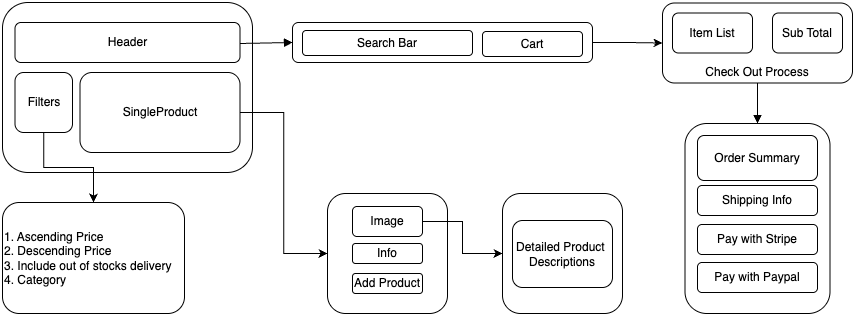
Helly2010/Cloud-Computing-Project keeps this draw.io diagram as documentation/final_report/diagrams/componant diagram.drawio.png. Above is the earlier version. Source tidied: cells renumbered, new cells last; positions are measured from the earlier drawing's top-left corner, leaving out a move shared by most shapes. The source it was exported from:
```xml
<mxGraphModel>
  <root>
    <mxCell id="0" />
    <mxCell id="1" parent="0" />
    <mxCell id="2" style="rounded=1;whiteSpace=wrap;html=1;strokeWidth=1;" parent="1" vertex="1">
      <mxGeometry width="250" height="170" as="geometry" />
    </mxCell>
    <mxCell id="3" value="Header" style="rounded=1;whiteSpace=wrap;html=1;" parent="1" vertex="1">
      <mxGeometry x="12.5" y="20" width="225" height="40" as="geometry" />
    </mxCell>
    <mxCell id="4" style="edgeStyle=orthogonalEdgeStyle;rounded=0;jettySize=auto;html=1;exitX=0.5;exitY=1;exitDx=0;exitDy=0;entryX=0.5;entryY=0;entryDx=0;entryDy=0;" parent="1" edge="1" source="5" target="12">
      <mxGeometry relative="1" as="geometry" />
    </mxCell>
    <mxCell id="5" value="Filters" style="rounded=1;whiteSpace=wrap;html=1;" parent="1" vertex="1">
      <mxGeometry x="12.5" y="70" width="57.5" height="60" as="geometry" />
    </mxCell>
    <mxCell id="6" style="edgeStyle=orthogonalEdgeStyle;rounded=0;jettySize=auto;html=1;exitX=1;exitY=0.5;exitDx=0;exitDy=0;entryX=0;entryY=0.5;entryDx=0;entryDy=0;" parent="1" edge="1" source="7" target="23">
      <mxGeometry relative="1" as="geometry" />
    </mxCell>
    <mxCell id="7" value="SingleProduct" style="rounded=1;whiteSpace=wrap;html=1;strokeWidth=1;" parent="1" vertex="1">
      <mxGeometry x="77.5" y="70" width="160" height="80" as="geometry" />
    </mxCell>
    <mxCell id="8" style="edgeStyle=orthogonalEdgeStyle;rounded=0;jettySize=auto;html=1;exitX=1;exitY=0.5;exitDx=0;exitDy=0;entryX=0;entryY=0.5;entryDx=0;entryDy=0;" parent="1" edge="1" source="9" target="13">
      <mxGeometry relative="1" as="geometry" />
    </mxCell>
    <mxCell id="9" style="rounded=1;whiteSpace=wrap;html=1;fillColor=none;" parent="1" vertex="1">
      <mxGeometry x="290" y="20" width="300" height="40" as="geometry" />
    </mxCell>
    <mxCell id="10" value="Search Bar" style="rounded=1;whiteSpace=wrap;html=1;" parent="1" vertex="1">
      <mxGeometry x="300" y="28" width="170" height="25" as="geometry" />
    </mxCell>
    <mxCell id="11" value="Cart" style="rounded=1;whiteSpace=wrap;html=1;" parent="1" vertex="1">
      <mxGeometry x="480" y="29" width="100" height="25" as="geometry" />
    </mxCell>
    <mxCell id="12" value="1. Ascending Price&lt;div&gt;2. Descending Price&lt;/div&gt;&lt;div&gt;3. Include out of stocks delivery&lt;/div&gt;&lt;div&gt;4. Category&lt;/div&gt;" style="rounded=1;whiteSpace=wrap;html=1;align=left;" parent="1" vertex="1">
      <mxGeometry y="200" width="182" height="111" as="geometry" />
    </mxCell>
    <mxCell id="13" value="&lt;div&gt;&lt;br&gt;&lt;/div&gt;&lt;div&gt;&lt;br&gt;&lt;/div&gt;&lt;div&gt;&lt;br&gt;&lt;/div&gt;&lt;div&gt;&lt;br&gt;&lt;/div&gt;Check Out Process" style="rounded=1;whiteSpace=wrap;html=1;" parent="1" vertex="1">
      <mxGeometry x="660" y="0.5" width="190" height="80" as="geometry" />
    </mxCell>
    <mxCell id="14" value="Item List" style="rounded=1;whiteSpace=wrap;html=1;" parent="1" vertex="1">
      <mxGeometry x="670" y="10.5" width="80" height="40" as="geometry" />
    </mxCell>
    <mxCell id="15" value="Sub Total" style="rounded=1;whiteSpace=wrap;html=1;" parent="1" vertex="1">
      <mxGeometry x="770" y="10.5" width="70" height="40" as="geometry" />
    </mxCell>
    <mxCell id="16" style="rounded=1;whiteSpace=wrap;html=1;" parent="1" vertex="1">
      <mxGeometry x="682.5" y="121" width="145" height="190" as="geometry" />
    </mxCell>
    <mxCell id="17" value="Order Summary" style="rounded=1;whiteSpace=wrap;html=1;" parent="1" vertex="1">
      <mxGeometry x="695" y="133" width="120" height="45" as="geometry" />
    </mxCell>
    <mxCell id="18" value="Pay with Paypal" style="rounded=1;whiteSpace=wrap;html=1;" parent="1" vertex="1">
      <mxGeometry x="695" y="260" width="120" height="30" as="geometry" />
    </mxCell>
    <mxCell id="19" value="Pay with Stripe" style="rounded=1;whiteSpace=wrap;html=1;" parent="1" vertex="1">
      <mxGeometry x="695" y="222" width="120" height="30" as="geometry" />
    </mxCell>
    <mxCell id="20" value="Shipping Info" style="rounded=1;whiteSpace=wrap;html=1;" parent="1" vertex="1">
      <mxGeometry x="695" y="183" width="120" height="30" as="geometry" />
    </mxCell>
    <mxCell id="21" style="html=1;verticalAlign=bottom;endArrow=block;curved=0;rounded=0;entryX=0;entryY=0.5;entryDx=0;entryDy=0;" parent="1" edge="1" target="9">
      <mxGeometry relative="1" as="geometry">
        <mxPoint x="237.5" y="41" as="sourcePoint" />
      </mxGeometry>
    </mxCell>
    <mxCell id="22" style="html=1;verticalAlign=bottom;endArrow=block;curved=0;rounded=0;exitX=0.5;exitY=1;exitDx=0;exitDy=0;entryX=0.5;entryY=0;entryDx=0;entryDy=0;" parent="1" edge="1" source="13" target="16">
      <mxGeometry relative="1" as="geometry" />
    </mxCell>
    <mxCell id="23" style="rounded=1;whiteSpace=wrap;html=1;" parent="1" vertex="1">
      <mxGeometry x="325" y="191" width="120" height="120" as="geometry" />
    </mxCell>
    <mxCell id="24" style="edgeStyle=orthogonalEdgeStyle;rounded=0;jettySize=auto;html=1;exitX=1;exitY=0.5;exitDx=0;exitDy=0;entryX=0;entryY=0.5;entryDx=0;entryDy=0;" parent="1" edge="1" source="25" target="28">
      <mxGeometry relative="1" as="geometry" />
    </mxCell>
    <mxCell id="25" value="Image" style="rounded=1;whiteSpace=wrap;html=1;" parent="1" vertex="1">
      <mxGeometry x="350" y="204" width="70" height="30" as="geometry" />
    </mxCell>
    <mxCell id="26" value="Info" style="rounded=1;whiteSpace=wrap;html=1;" parent="1" vertex="1">
      <mxGeometry x="350" y="241" width="70" height="20" as="geometry" />
    </mxCell>
    <mxCell id="27" value="Add Product" style="rounded=1;whiteSpace=wrap;html=1;" parent="1" vertex="1">
      <mxGeometry x="350" y="271" width="70" height="20" as="geometry" />
    </mxCell>
    <mxCell id="28" style="rounded=1;whiteSpace=wrap;html=1;" parent="1" vertex="1">
      <mxGeometry x="500" y="191" width="120" height="120" as="geometry" />
    </mxCell>
    <mxCell id="29" value="Detailed Product&amp;nbsp;&lt;div&gt;Descriptions&lt;/div&gt;" style="rounded=1;whiteSpace=wrap;html=1;" parent="1" vertex="1">
      <mxGeometry x="510" y="218" width="100" height="67" as="geometry" />
    </mxCell>
  </root>
</mxGraphModel>
```
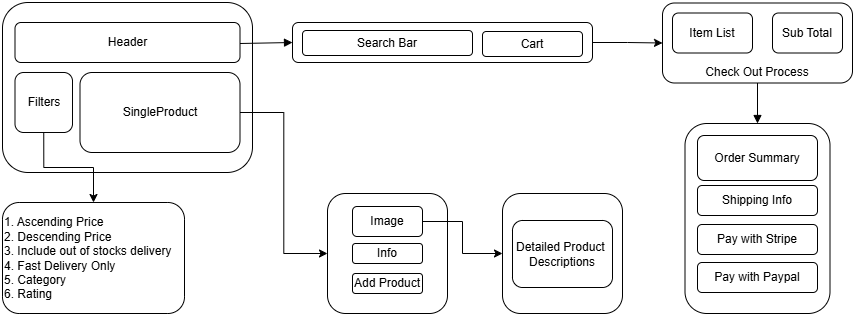
Later version of the same file.

Commit message:
Modified Component diagram

What changed in the source:
```diff
@@ -32,7 +32,7 @@
     <mxCell id="11" value="Cart" style="rounded=1;whiteSpace=wrap;html=1;" parent="1" vertex="1">
       <mxGeometry x="480" y="29" width="100" height="25" as="geometry" />
     </mxCell>
-    <mxCell id="12" value="1. Ascending Price&lt;div&gt;2. Descending Price&lt;/div&gt;&lt;div&gt;3. Include out of stocks delivery&lt;/div&gt;&lt;div&gt;4. Category&lt;/div&gt;" style="rounded=1;whiteSpace=wrap;html=1;align=left;" parent="1" vertex="1">
+    <mxCell id="12" value="1. Ascending Price&lt;div&gt;2. Descending Price&lt;/div&gt;&lt;div&gt;3. Include out of stocks delivery&lt;/div&gt;&lt;div&gt;4. Fast Delivery Only&lt;/div&gt;&lt;div&gt;5. Category&lt;/div&gt;&lt;div&gt;6. Rating&lt;/div&gt;" style="rounded=1;whiteSpace=wrap;html=1;align=left;" parent="1" vertex="1">
       <mxGeometry y="200" width="182" height="111" as="geometry" />
     </mxCell>
     <mxCell id="13" value="&lt;div&gt;&lt;br&gt;&lt;/div&gt;&lt;div&gt;&lt;br&gt;&lt;/div&gt;&lt;div&gt;&lt;br&gt;&lt;/div&gt;&lt;div&gt;&lt;br&gt;&lt;/div&gt;Check Out Process" style="rounded=1;whiteSpace=wrap;html=1;" parent="1" vertex="1">
```
